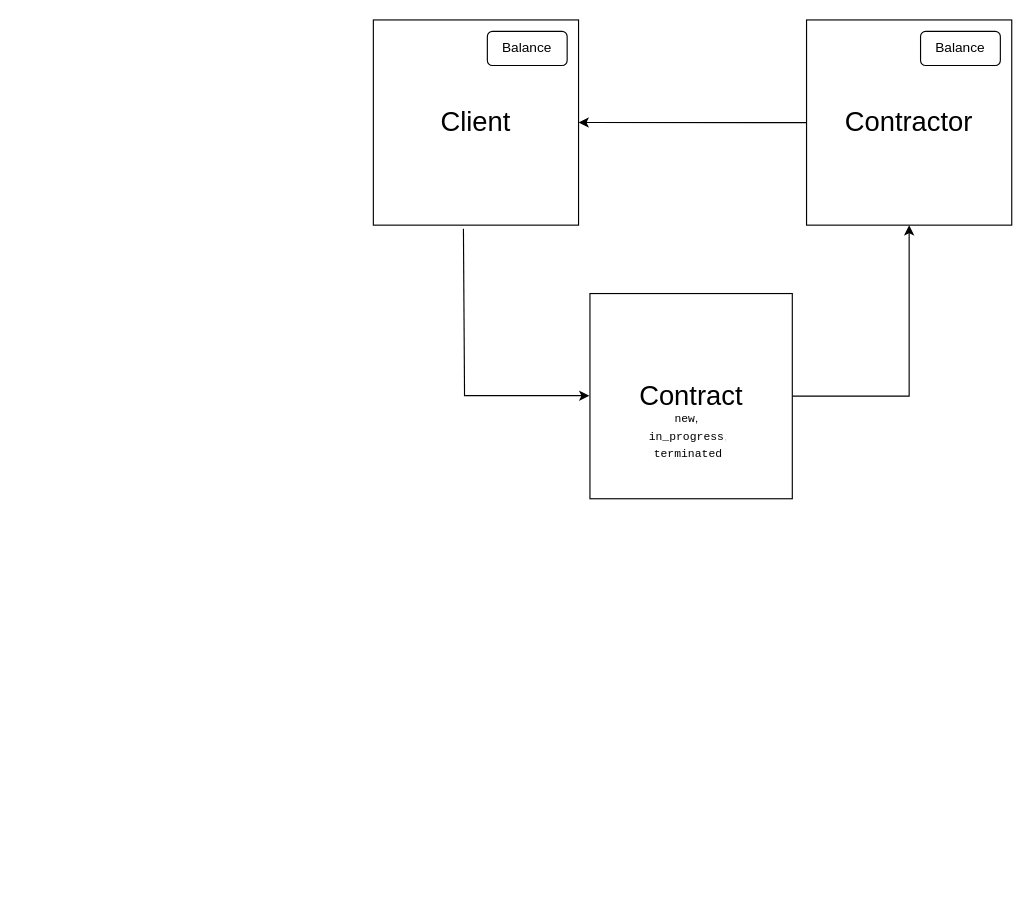
Before: homework.drawio in agnelrdx/deel-assignment, a draw.io diagram. Source tidied: cells renumbered, new cells numbered last; positions are measured from the earlier drawing's top-left corner, leaving out a move shared by most shapes. Both pictures are drawn from the tidied source at 114%, with x=0, y=0 at pixel (373, 19).
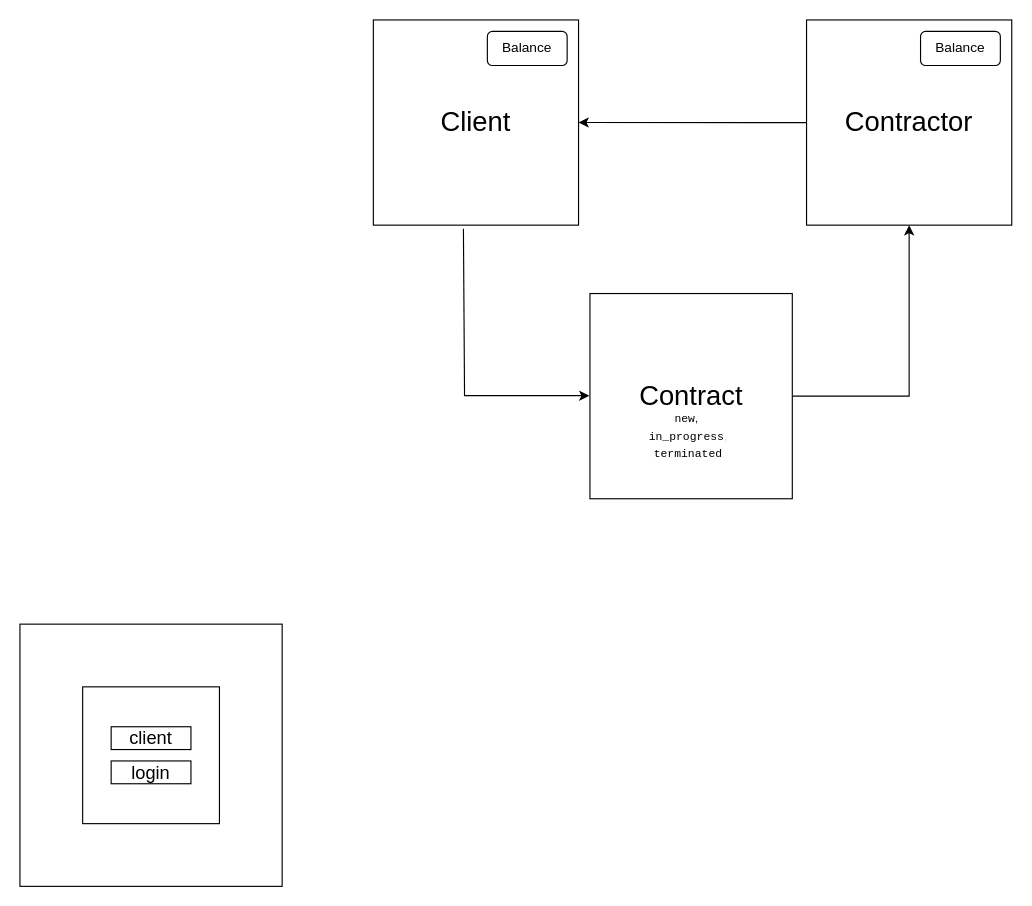
Above is the later version.

The edit, as a diff of the source:
```diff
@@
 <mxGraphModel>
   <root>
     <mxCell id="0" />
     <mxCell id="1" parent="0" />
     <mxCell id="2" value="&lt;font style=&quot;font-size: 24px;&quot;&gt;Client&lt;/font&gt;" style="whiteSpace=wrap;html=1;" parent="1" vertex="1">
       <mxGeometry width="180" height="180" as="geometry" />
     </mxCell>
     <mxCell id="3" value="&lt;font style=&quot;font-size: 24px;&quot;&gt;Contractor&lt;/font&gt;" style="whiteSpace=wrap;html=1;" parent="1" vertex="1">
       <mxGeometry x="380" width="180" height="180" as="geometry" />
     </mxCell>
     <mxCell id="4" value="Balance" style="rounded=1;whiteSpace=wrap;html=1;" parent="1" vertex="1">
       <mxGeometry x="100" y="10" width="70" height="30" as="geometry" />
     </mxCell>
     <mxCell id="5" value="Balance" style="rounded=1;whiteSpace=wrap;html=1;" parent="1" vertex="1">
       <mxGeometry x="480" y="10" width="70" height="30" as="geometry" />
     </mxCell>
     <mxCell id="6" style="endArrow=classic;html=1;rounded=0;exitX=0;exitY=0.667;exitDx=0;exitDy=0;exitPerimeter=0;" parent="1" edge="1">
       <mxGeometry relative="1" as="geometry">
         <mxPoint x="380" y="90.1" as="sourcePoint" />
         <mxPoint x="180" y="90" as="targetPoint" />
       </mxGeometry>
     </mxCell>
     <mxCell id="7" style="edgeStyle=orthogonalEdgeStyle;rounded=0;jettySize=auto;html=1;exitX=1;exitY=0.5;exitDx=0;exitDy=0;entryX=0.5;entryY=1;entryDx=0;entryDy=0;" parent="1" edge="1" source="8" target="3">
       <mxGeometry relative="1" as="geometry" />
     </mxCell>
     <mxCell id="8" value="&lt;font style=&quot;font-size: 24px;&quot;&gt;Contract&lt;/font&gt;" style="rounded=0;whiteSpace=wrap;html=1;" parent="1" vertex="1">
       <mxGeometry x="190" y="240" width="177.5" height="180" as="geometry" />
     </mxCell>
     <mxCell id="9" value="&lt;font style=&quot;font-size: 10px;&quot;&gt;&lt;code style=&quot;color: var(--vscode-textPreformat-foreground); line-height: 1.357em; text-align: start;&quot;&gt;new&lt;/code&gt;,&lt;br&gt;&amp;nbsp;&lt;code style=&quot;color: var(--vscode-textPreformat-foreground); line-height: 1.357em; text-align: start;&quot;&gt;in_progress&lt;/code&gt;&lt;span style=&quot;color: rgb(212, 212, 212); text-align: start;&quot;&gt;,&lt;br&gt;&amp;nbsp;&lt;/span&gt;&lt;code style=&quot;color: var(--vscode-textPreformat-foreground); line-height: 1.357em; text-align: start;&quot;&gt;terminated&lt;/code&gt;&lt;/font&gt;" style="text;html=1;strokeColor=none;fillColor=none;align=center;verticalAlign=middle;whiteSpace=wrap;rounded=0;" parent="1" vertex="1">
       <mxGeometry x="245" y="350" width="60" height="30" as="geometry" />
     </mxCell>
     <mxCell id="10" style="endArrow=none;html=1;rounded=0;entryX=0.439;entryY=1.017;entryDx=0;entryDy=0;entryPerimeter=0;" parent="1" edge="1" target="2">
       <mxGeometry relative="1" as="geometry">
         <mxPoint x="80" y="330" as="sourcePoint" />
       </mxGeometry>
     </mxCell>
     <mxCell id="11" style="endArrow=classic;html=1;rounded=0;entryX=-0.006;entryY=0.556;entryDx=0;entryDy=0;entryPerimeter=0;" parent="1" edge="1">
       <mxGeometry relative="1" as="geometry">
         <mxPoint x="80.5" y="329.5" as="sourcePoint" />
         <mxPoint x="189.5" y="329.6" as="targetPoint" />
       </mxGeometry>
     </mxCell>
+    <mxCell id="12" style="whiteSpace=wrap;html=1;" parent="1" vertex="1">
+      <mxGeometry x="-310" y="530" width="230" height="230" as="geometry" />
+    </mxCell>
+    <mxCell id="13" style="whiteSpace=wrap;html=1;" parent="1" vertex="1">
+      <mxGeometry x="-255" y="585" width="120" height="120" as="geometry" />
+    </mxCell>
+    <mxCell id="14" value="&lt;font size=&quot;3&quot;&gt;client&lt;/font&gt;" style="rounded=0;whiteSpace=wrap;html=1;" parent="1" vertex="1">
+      <mxGeometry x="-230" y="620" width="70" height="20" as="geometry" />
+    </mxCell>
+    <mxCell id="15" value="&lt;font size=&quot;3&quot;&gt;login&lt;/font&gt;" style="rounded=0;whiteSpace=wrap;html=1;" parent="1" vertex="1">
+      <mxGeometry x="-230" y="650" width="70" height="20" as="geometry" />
+    </mxCell>
   </root>
 </mxGraphModel>
```
